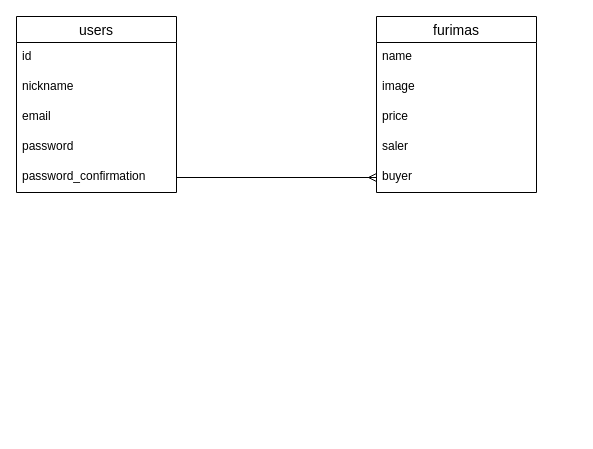
Above: furima.dio in nobonobonobo/furima-35523 (draw.io), before the change. Source tidied: cells renumbered, new cells numbered last; positions are measured from the earlier drawing's top-left corner, leaving out a move shared by most shapes. Both pictures are drawn from the tidied source at 100%, with x=0, y=0 at pixel (16, 16).
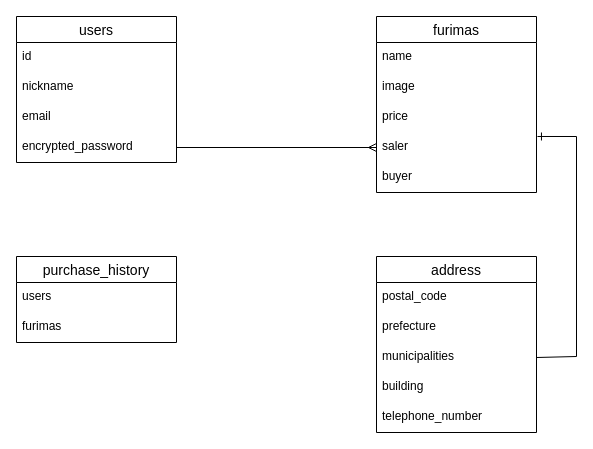
The same diagram, later.

Commit message (it also covers changes not shown here):
テーブル追加

The change refers to these unchanged cells:
```xml
<mxCell id="11" value="price" style="text;strokeColor=none;fillColor=none;spacingLeft=4;spacingRight=4;overflow=hidden;points=[[0,0.5],[1,0.5]];portConstraint=eastwest;fontSize=12;" parent="8" vertex="1">
  <mxGeometry y="86" width="160" height="30" as="geometry" />
</mxCell>
<mxCell id="13" value="buyer" style="text;strokeColor=none;fillColor=none;spacingLeft=4;spacingRight=4;overflow=hidden;points=[[0,0.5],[1,0.5]];portConstraint=eastwest;fontSize=12;" parent="8" vertex="1">
  <mxGeometry y="146" width="160" height="30" as="geometry" />
</mxCell>
```

The edit, as a diff of the source:
```diff
@@
     <mxCell id="2" value="users" style="swimlane;fontStyle=0;horizontal=1;startSize=26;align=center;fontSize=14;" parent="1" vertex="1">
-      <mxGeometry width="160" height="176" as="geometry" />
+      <mxGeometry width="160" height="146" as="geometry" />
     </mxCell>
@@
-    <mxCell id="6" value="password" style="text;strokeColor=none;fillColor=none;spacingLeft=4;spacingRight=4;overflow=hidden;points=[[0,0.5],[1,0.5]];portConstraint=eastwest;fontSize=12;" parent="2" vertex="1">
+    <mxCell id="6" value="encrypted_password" style="text;strokeColor=none;fillColor=none;spacingLeft=4;spacingRight=4;overflow=hidden;points=[[0,0.5],[1,0.5]];portConstraint=eastwest;fontSize=12;" parent="2" vertex="1">
       <mxGeometry y="116" width="160" height="30" as="geometry" />
     </mxCell>
-    <mxCell id="7" value="password_confirmation" style="text;strokeColor=none;fillColor=none;spacingLeft=4;spacingRight=4;overflow=hidden;points=[[0,0.5],[1,0.5]];portConstraint=eastwest;fontSize=12;" parent="2" vertex="1">
-      <mxGeometry y="146" width="160" height="30" as="geometry" />
-    </mxCell>
@@
-    <mxCell id="14" style="edgeStyle=orthogonalEdgeStyle;rounded=0;jettySize=auto;html=1;exitX=1;exitY=0.5;exitDx=0;exitDy=0;entryX=0;entryY=0.5;entryDx=0;entryDy=0;endArrow=ERmany;endFill=0;" parent="1" edge="1" source="7" target="13">
-      <mxGeometry relative="1" as="geometry" />
+    <mxCell id="14" style="edgeStyle=orthogonalEdgeStyle;rounded=0;jettySize=auto;html=1;exitX=1;exitY=0.5;exitDx=0;exitDy=0;endArrow=ERmany;endFill=0;" parent="1" edge="1" source="6">
+      <mxGeometry relative="1" as="geometry">
+        <mxPoint x="360" y="131" as="targetPoint" />
+        <Array as="points">
+          <mxPoint x="360" y="131" />
+        </Array>
+      </mxGeometry>
     </mxCell>
+    <mxCell id="15" value="purchase_history" style="swimlane;fontStyle=0;horizontal=1;startSize=26;align=center;fontSize=14;" parent="1" vertex="1">
+      <mxGeometry y="240" width="160" height="86" as="geometry" />
+    </mxCell>
+    <mxCell id="16" value="users" style="text;strokeColor=none;fillColor=none;spacingLeft=4;spacingRight=4;overflow=hidden;fontSize=12;" parent="15" vertex="1">
+      <mxGeometry y="26" width="160" height="30" as="geometry" />
+    </mxCell>
+    <mxCell id="17" value="furimas" style="text;strokeColor=none;fillColor=none;spacingLeft=4;spacingRight=4;overflow=hidden;fontSize=12;" parent="15" vertex="1">
+      <mxGeometry y="56" width="160" height="30" as="geometry" />
+    </mxCell>
+    <mxCell id="18" value="address" style="swimlane;fontStyle=0;horizontal=1;startSize=26;align=center;fontSize=14;" parent="1" vertex="1">
+      <mxGeometry x="360" y="240" width="160" height="176" as="geometry" />
+    </mxCell>
+    <mxCell id="19" value="postal_code" style="text;strokeColor=none;fillColor=none;spacingLeft=4;spacingRight=4;overflow=hidden;fontSize=12;" parent="18" vertex="1">
+      <mxGeometry y="26" width="160" height="30" as="geometry" />
+    </mxCell>
+    <mxCell id="20" value="prefecture" style="text;strokeColor=none;fillColor=none;spacingLeft=4;spacingRight=4;overflow=hidden;fontSize=12;" parent="18" vertex="1">
+      <mxGeometry y="56" width="160" height="30" as="geometry" />
+    </mxCell>
+    <mxCell id="21" value="municipalities" style="text;strokeColor=none;fillColor=none;spacingLeft=4;spacingRight=4;overflow=hidden;points=[[0,0.5],[1,0.5]];portConstraint=eastwest;fontSize=12;" parent="18" vertex="1">
+      <mxGeometry y="86" width="160" height="30" as="geometry" />
+    </mxCell>
+    <mxCell id="22" value="building" style="text;strokeColor=none;fillColor=none;spacingLeft=4;spacingRight=4;overflow=hidden;fontSize=12;" parent="18" vertex="1">
+      <mxGeometry y="116" width="160" height="30" as="geometry" />
+    </mxCell>
+    <mxCell id="23" value="telephone_number" style="text;strokeColor=none;fillColor=none;spacingLeft=4;spacingRight=4;overflow=hidden;fontSize=12;" parent="18" vertex="1">
+      <mxGeometry y="146" width="160" height="30" as="geometry" />
+    </mxCell>
+    <mxCell id="24" style="edgeStyle=none;rounded=0;jettySize=auto;html=1;exitX=1;exitY=0.5;exitDx=0;exitDy=0;endArrow=ERone;endFill=0;entryX=1.006;entryY=1.133;entryDx=0;entryDy=0;entryPerimeter=0;" parent="1" edge="1" source="21" target="11">
+      <mxGeometry relative="1" as="geometry">
+        <Array as="points">
+          <mxPoint x="560" y="340" />
+          <mxPoint x="560" y="120" />
+        </Array>
+      </mxGeometry>
+    </mxCell>
```
